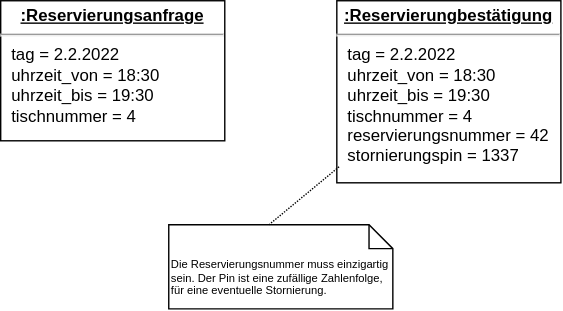
gsoTH/tischreservierung keeps this draw.io diagram as diagramme/UML-Object_2_TischReservieren.drawio.svg. Above is the earlier version. Source tidied: cells renumbered, new cells last; positions are measured from the earlier drawing's top-left corner, leaving out a move shared by most shapes.
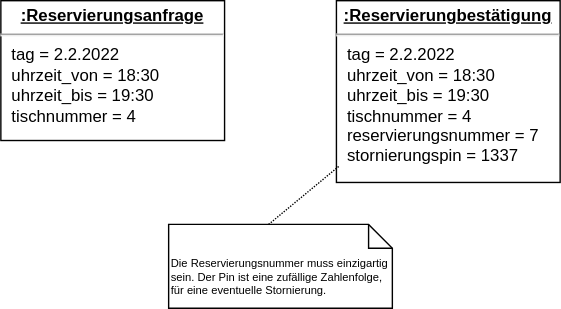
After the commit.

Commit message:
Kleine Änderungen

The edit, as a diff of the source:
```diff
@@ -2,7 +2,7 @@
   <root>
     <mxCell id="0" />
     <mxCell id="1" parent="0" />
-    <mxCell id="2" value="&lt;p style=&quot;margin:0px;margin-top:4px;text-align:center;text-decoration:underline;&quot;&gt;&lt;b&gt;:Reservierungbestätigung&lt;br&gt;&lt;/b&gt;&lt;/p&gt;&lt;hr&gt;&lt;p style=&quot;margin:0px;margin-left:8px;&quot;&gt;tag = 2.2.2022&lt;br&gt;uhrzeit_von = 18:30&lt;/p&gt;&lt;p style=&quot;margin:0px;margin-left:8px;&quot;&gt;uhrzeit_bis = 19:30&lt;/p&gt;&lt;p style=&quot;margin:0px;margin-left:8px;&quot;&gt;tischnummer = 4&lt;/p&gt;&lt;p style=&quot;margin:0px;margin-left:8px;&quot;&gt;reservierungsnummer = 42&lt;/p&gt;&lt;p style=&quot;margin:0px;margin-left:8px;&quot;&gt;stornierungspin = 1337&lt;br&gt;&lt;/p&gt;" style="verticalAlign=top;align=left;overflow=fill;fontSize=12;fontFamily=Helvetica;html=1;" parent="1" vertex="1">
+    <mxCell id="2" value="&lt;p style=&quot;margin:0px;margin-top:4px;text-align:center;text-decoration:underline;&quot;&gt;&lt;b&gt;:Reservierungbestätigung&lt;br&gt;&lt;/b&gt;&lt;/p&gt;&lt;hr&gt;&lt;p style=&quot;margin:0px;margin-left:8px;&quot;&gt;tag = 2.2.2022&lt;br&gt;uhrzeit_von = 18:30&lt;/p&gt;&lt;p style=&quot;margin:0px;margin-left:8px;&quot;&gt;uhrzeit_bis = 19:30&lt;/p&gt;&lt;p style=&quot;margin:0px;margin-left:8px;&quot;&gt;tischnummer = 4&lt;/p&gt;&lt;p style=&quot;margin:0px;margin-left:8px;&quot;&gt;reservierungsnummer = 7&lt;/p&gt;&lt;p style=&quot;margin:0px;margin-left:8px;&quot;&gt;stornierungspin = 1337&lt;br&gt;&lt;/p&gt;" style="verticalAlign=top;align=left;overflow=fill;fontSize=12;fontFamily=Helvetica;html=1;" parent="1" vertex="1">
       <mxGeometry x="240" width="160" height="130" as="geometry" />
     </mxCell>
     <mxCell id="3" value="&lt;p style=&quot;margin:0px;margin-top:4px;text-align:center;text-decoration:underline;&quot;&gt;&lt;b&gt;:Reservierungsanfrage&lt;br&gt;&lt;/b&gt;&lt;/p&gt;&lt;hr&gt;&lt;p style=&quot;margin:0px;margin-left:8px;&quot;&gt;tag = 2.2.2022&lt;br&gt;uhrzeit_von = 18:30&lt;/p&gt;&lt;p style=&quot;margin:0px;margin-left:8px;&quot;&gt;uhrzeit_bis = 19:30&lt;/p&gt;&lt;p style=&quot;margin:0px;margin-left:8px;&quot;&gt;tischnummer = 4&lt;br&gt;&lt;/p&gt;" style="verticalAlign=top;align=left;overflow=fill;fontSize=12;fontFamily=Helvetica;html=1;" parent="1" vertex="1">
```
